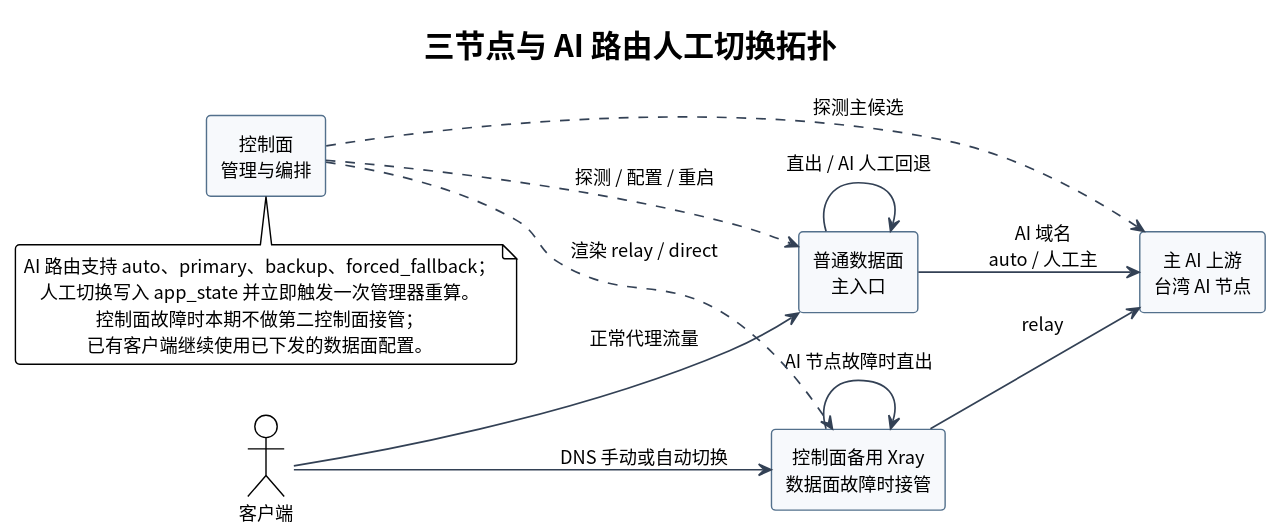
This is docs/diagrams/manual-failover-topology.svg from i-zrhe2016/ai-routing-panel, a PlantUML export, as it was before one commit.
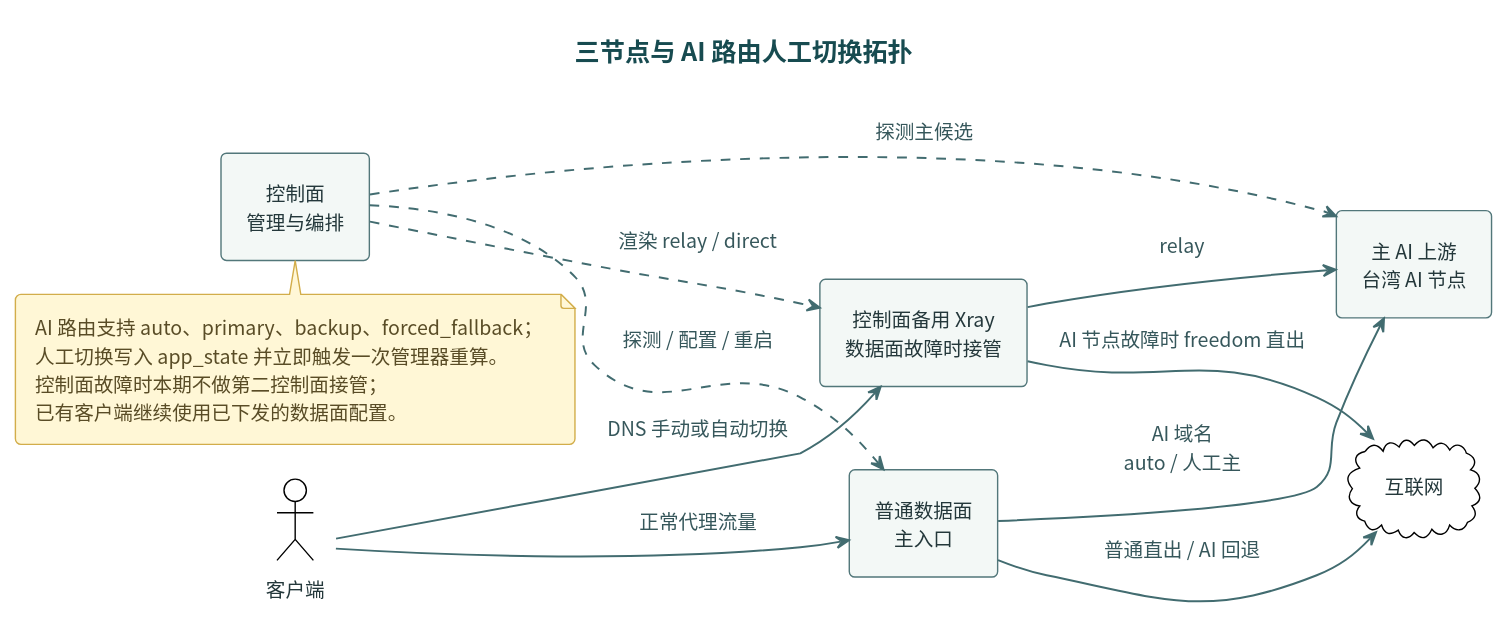
The same file after the commit.

Diff of the diagram source:
```diff
@@ -9,13 +9,14 @@
 component "普通数据面\n主入口" as data
 component "主 AI 上游\n台湾 AI 节点" as primary
 component "控制面备用 Xray\n数据面故障时接管" as backup
+cloud "互联网" as internet
 
 client --> data : 正常代理流量
 data --> primary : AI 域名\nauto / 人工主
-data --> data : 直出 / AI 人工回退
+data --> internet : 普通直出 / AI 回退
 client --> backup : DNS 手动或自动切换
 backup --> primary : relay
-backup --> backup : AI 节点故障时直出
+backup --> internet : AI 节点故障时 freedom 直出
 panel ..> data : 探测 / 配置 / 重启
 panel ..> primary : 探测主候选
 panel ..> backup : 渲染 relay / direct
```
